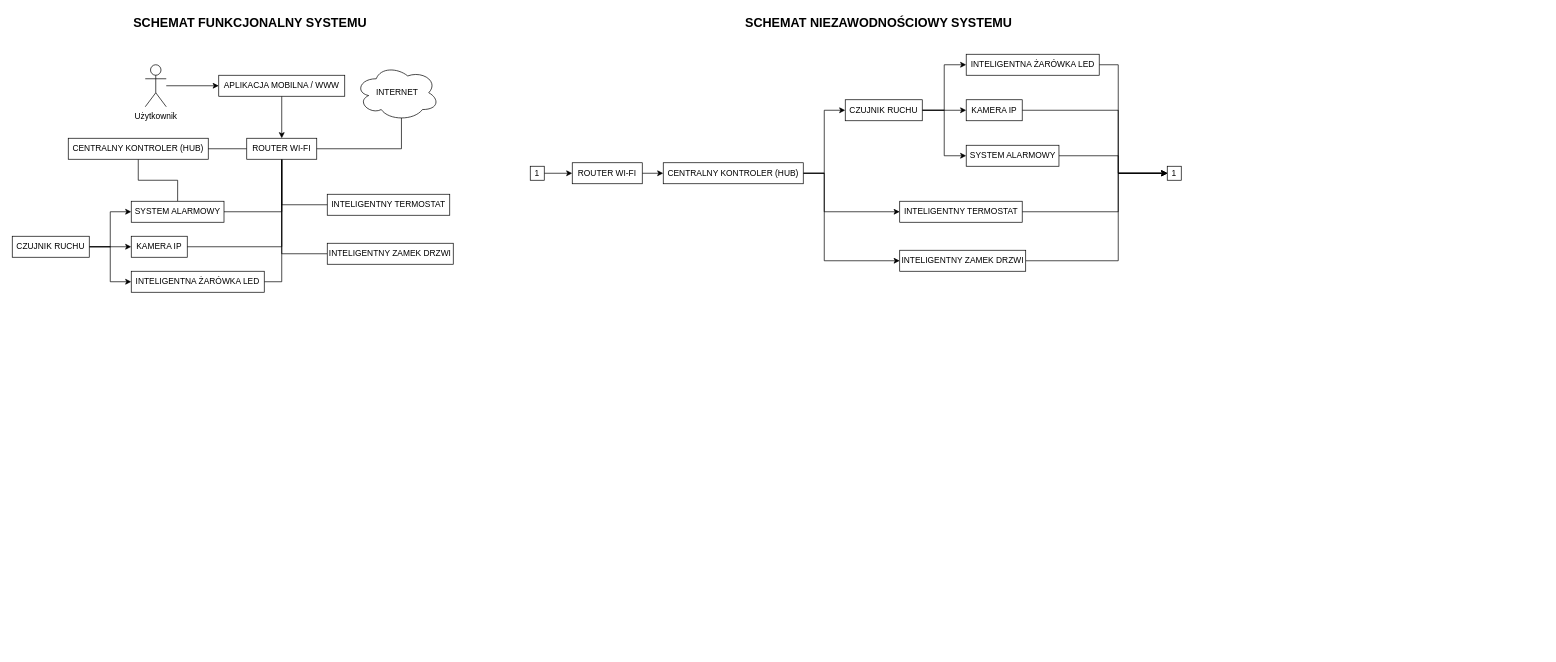
Earlier version of the draw.io diagram DiagramyNSK.drawio (CptTemplar1/NSK_Projekt). Source tidied: cells renumbered, new cells numbered last; positions are measured from the earlier drawing's top-left corner, leaving out a move shared by most shapes. Both pictures are drawn from the tidied source at 70%, with x=0, y=0 at pixel (12, 12).
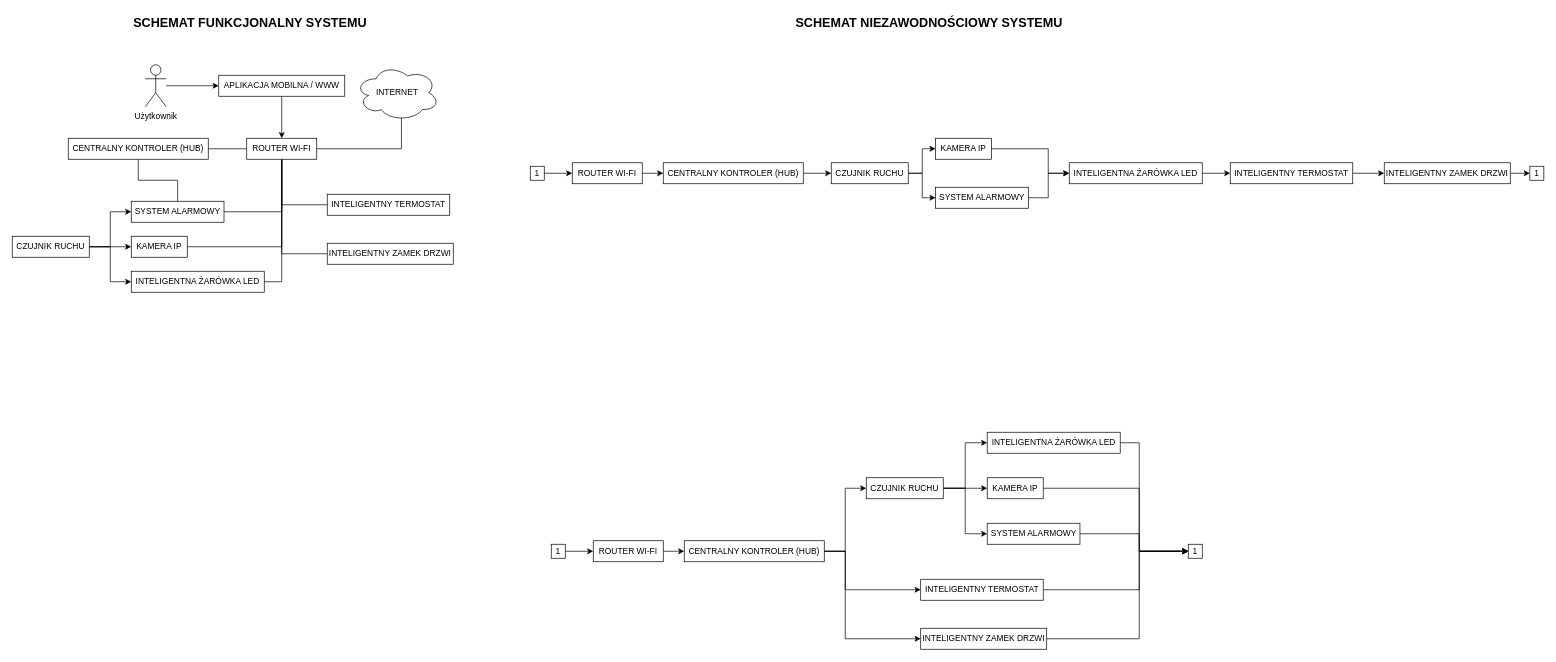
After the change.

Commit message (it also covers changes not shown here):
Dodano diagramy do sprawka

Unchanged cells that the change refers to:
```xml
<mxCell id="35" value="&lt;div&gt;CENTRALNY KONTROLER (HUB)&lt;/div&gt;" style="rounded=0;whiteSpace=wrap;html=1;" parent="1" vertex="1">
  <mxGeometry x="930" y="215" width="200" height="30" as="geometry" />
</mxCell>
```

What changed in the source:
```diff
@@
     <mxCell id="27" value="&lt;font style=&quot;font-size: 18px;&quot;&gt;&lt;b&gt;SCHEMAT NIEZAWODNOŚCIOWY SYSTEMU&lt;/b&gt;&lt;/font&gt;" style="text;html=1;whiteSpace=wrap;strokeColor=none;fillColor=none;align=center;verticalAlign=middle;rounded=0;" parent="1" vertex="1">
-      <mxGeometry x="1027.8" width="420" height="30" as="geometry" />
+      <mxGeometry x="1100" width="420" height="30" as="geometry" />
     </mxCell>
@@
-    <mxCell id="33" style="edgeStyle=orthogonalEdgeStyle;rounded=0;jettySize=auto;html=1;exitX=1;exitY=0.5;exitDx=0;exitDy=0;entryX=0;entryY=0.5;entryDx=0;entryDy=0;" parent="1" edge="1" source="35" target="37">
-      <mxGeometry relative="1" as="geometry">
-        <Array as="points">
-          <mxPoint x="1160" y="230" />
-          <mxPoint x="1160" y="285" />
-        </Array>
-      </mxGeometry>
-    </mxCell>
-    <mxCell id="34" style="edgeStyle=orthogonalEdgeStyle;rounded=0;jettySize=auto;html=1;exitX=1;exitY=0.5;exitDx=0;exitDy=0;entryX=0;entryY=0.5;entryDx=0;entryDy=0;" parent="1" edge="1" source="35" target="39">
-      <mxGeometry relative="1" as="geometry">
-        <Array as="points">
-          <mxPoint x="1160" y="230" />
-          <mxPoint x="1160" y="355" />
-        </Array>
-      </mxGeometry>
-    </mxCell>
@@
-    <mxCell id="36" style="edgeStyle=orthogonalEdgeStyle;rounded=0;jettySize=auto;html=1;exitX=1;exitY=0.5;exitDx=0;exitDy=0;entryX=0;entryY=0.5;entryDx=0;entryDy=0;" parent="1" edge="1" source="37" target="50">
-      <mxGeometry relative="1" as="geometry">
-        <Array as="points">
-          <mxPoint x="1580" y="285" />
-          <mxPoint x="1580" y="230" />
-        </Array>
-      </mxGeometry>
-    </mxCell>
+    <mxCell id="51" style="edgeStyle=orthogonalEdgeStyle;rounded=0;jettySize=auto;html=1;exitX=1;exitY=0.5;exitDx=0;exitDy=0;entryX=0;entryY=0.5;entryDx=0;entryDy=0;" parent="1" edge="1" source="37" target="39">
+      <mxGeometry relative="1" as="geometry" />
+    </mxCell>
     <mxCell id="37" value="&lt;div&gt;INTELIGENTNY TERMOSTAT&lt;/div&gt;" style="rounded=0;whiteSpace=wrap;html=1;" parent="1" vertex="1">
-      <mxGeometry x="1267.8" y="270" width="175" height="30" as="geometry" />
+      <mxGeometry x="1740" y="215" width="175" height="30" as="geometry" />
     </mxCell>
     <mxCell id="38" style="edgeStyle=orthogonalEdgeStyle;rounded=0;jettySize=auto;html=1;exitX=1;exitY=0.5;exitDx=0;exitDy=0;entryX=0;entryY=0.5;entryDx=0;entryDy=0;" parent="1" edge="1" source="39" target="50">
-      <mxGeometry relative="1" as="geometry">
-        <Array as="points">
-          <mxPoint x="1580" y="355" />
-          <mxPoint x="1580" y="230" />
-        </Array>
-      </mxGeometry>
+      <mxGeometry relative="1" as="geometry" />
     </mxCell>
     <mxCell id="39" value="&lt;div&gt;INTELIGENTNY ZAMEK DRZWI&lt;/div&gt;" style="rounded=0;whiteSpace=wrap;html=1;" parent="1" vertex="1">
-      <mxGeometry x="1267.8" y="340" width="180" height="30" as="geometry" />
+      <mxGeometry x="1960" y="215" width="180" height="30" as="geometry" />
     </mxCell>
-    <mxCell id="40" style="edgeStyle=orthogonalEdgeStyle;rounded=0;jettySize=auto;html=1;exitX=1;exitY=0.5;exitDx=0;exitDy=0;entryX=0;entryY=0.5;entryDx=0;entryDy=0;" parent="1" edge="1" source="41" target="50">
-      <mxGeometry relative="1" as="geometry">
-        <Array as="points">
-          <mxPoint x="1580" y="205" />
-          <mxPoint x="1580" y="230" />
-        </Array>
-      </mxGeometry>
-    </mxCell>
+    <mxCell id="52" style="edgeStyle=orthogonalEdgeStyle;rounded=0;jettySize=auto;html=1;exitX=1;exitY=0.5;exitDx=0;exitDy=0;entryX=0;entryY=0.5;entryDx=0;entryDy=0;" parent="1" edge="1" source="41" target="78">
+      <mxGeometry relative="1" as="geometry">
+        <Array as="points">
+          <mxPoint x="1480" y="265" />
+          <mxPoint x="1480" y="230" />
+        </Array>
+      </mxGeometry>
+    </mxCell>
     <mxCell id="41" value="&lt;div&gt;SYSTEM ALARMOWY&lt;/div&gt;" style="rounded=0;whiteSpace=wrap;html=1;" parent="1" vertex="1">
-      <mxGeometry x="1362.8" y="190" width="132.5" height="30" as="geometry" />
+      <mxGeometry x="1319" y="250" width="132.5" height="30" as="geometry" />
     </mxCell>
-    <mxCell id="42" style="edgeStyle=orthogonalEdgeStyle;rounded=0;jettySize=auto;html=1;exitX=1;exitY=0.5;exitDx=0;exitDy=0;" parent="1" edge="1" source="43">
-      <mxGeometry relative="1" as="geometry">
-        <mxPoint x="1650" y="230" as="targetPoint" />
-        <Array as="points">
-          <mxPoint x="1580" y="140" />
-          <mxPoint x="1580" y="230" />
-        </Array>
-      </mxGeometry>
-    </mxCell>
+    <mxCell id="53" style="edgeStyle=orthogonalEdgeStyle;rounded=0;jettySize=auto;html=1;exitX=1;exitY=0.5;exitDx=0;exitDy=0;entryX=0;entryY=0.5;entryDx=0;entryDy=0;" parent="1" edge="1" source="43" target="78">
+      <mxGeometry relative="1" as="geometry">
+        <Array as="points">
+          <mxPoint x="1480" y="195" />
+          <mxPoint x="1480" y="230" />
+        </Array>
+      </mxGeometry>
+    </mxCell>
     <mxCell id="43" value="&lt;div&gt;KAMERA IP&lt;/div&gt;" style="rounded=0;whiteSpace=wrap;html=1;" parent="1" vertex="1">
-      <mxGeometry x="1362.8" y="125" width="80" height="30" as="geometry" />
+      <mxGeometry x="1319" y="180" width="80" height="30" as="geometry" />
     </mxCell>
-    <mxCell id="44" style="edgeStyle=orthogonalEdgeStyle;rounded=0;jettySize=auto;html=1;exitX=1;exitY=0.5;exitDx=0;exitDy=0;entryX=0;entryY=0.5;entryDx=0;entryDy=0;" parent="1" edge="1" source="45" target="50">
-      <mxGeometry relative="1" as="geometry">
-        <Array as="points">
-          <mxPoint x="1580" y="75" />
-          <mxPoint x="1580" y="230" />
-        </Array>
-      </mxGeometry>
-    </mxCell>
-    <mxCell id="45" value="&lt;div&gt;INTELIGENTNA ŻARÓWKA LED&lt;/div&gt;" style="rounded=0;whiteSpace=wrap;html=1;" parent="1" vertex="1">
-      <mxGeometry x="1362.8" y="60" width="190" height="30" as="geometry" />
-    </mxCell>
@@
-    <mxCell id="47" style="edgeStyle=orthogonalEdgeStyle;rounded=0;jettySize=auto;html=1;exitX=1;exitY=0.5;exitDx=0;exitDy=0;entryX=0;entryY=0.5;entryDx=0;entryDy=0;" parent="1" edge="1" source="49" target="45">
-      <mxGeometry relative="1" as="geometry" />
-    </mxCell>
@@
     <mxCell id="49" value="&lt;div&gt;CZUJNIK RUCHU&lt;/div&gt;" style="rounded=0;whiteSpace=wrap;html=1;" parent="1" vertex="1">
-      <mxGeometry x="1190" y="125" width="110" height="30" as="geometry" />
+      <mxGeometry x="1170" y="215" width="110" height="30" as="geometry" />
     </mxCell>
     <mxCell id="50" value="1" style="rounded=0;whiteSpace=wrap;html=1;" parent="1" vertex="1">
-      <mxGeometry x="1650" y="220" width="20" height="20" as="geometry" />
+      <mxGeometry x="2168" y="220" width="20" height="20" as="geometry" />
     </mxCell>
+    <mxCell id="54" style="edgeStyle=orthogonalEdgeStyle;rounded=0;jettySize=auto;html=1;exitX=1;exitY=0.5;exitDx=0;exitDy=0;entryX=0;entryY=0.5;entryDx=0;entryDy=0;" parent="1" edge="1" source="55" target="57">
+      <mxGeometry relative="1" as="geometry" />
+    </mxCell>
+    <mxCell id="55" value="1" style="rounded=0;whiteSpace=wrap;html=1;" parent="1" vertex="1">
+      <mxGeometry x="770" y="760" width="20" height="20" as="geometry" />
+    </mxCell>
+    <mxCell id="56" style="edgeStyle=orthogonalEdgeStyle;rounded=0;jettySize=auto;html=1;exitX=1;exitY=0.5;exitDx=0;exitDy=0;entryX=0;entryY=0.5;entryDx=0;entryDy=0;" parent="1" edge="1" source="57" target="61">
+      <mxGeometry relative="1" as="geometry" />
+    </mxCell>
+    <mxCell id="57" value="&lt;div&gt;ROUTER WI-FI&lt;/div&gt;" style="rounded=0;whiteSpace=wrap;html=1;" parent="1" vertex="1">
+      <mxGeometry x="830" y="755" width="100" height="30" as="geometry" />
+    </mxCell>
+    <mxCell id="58" style="edgeStyle=orthogonalEdgeStyle;rounded=0;jettySize=auto;html=1;exitX=1;exitY=0.5;exitDx=0;exitDy=0;entryX=0;entryY=0.5;entryDx=0;entryDy=0;" parent="1" edge="1" source="61" target="75">
+      <mxGeometry relative="1" as="geometry" />
+    </mxCell>
+    <mxCell id="59" style="edgeStyle=orthogonalEdgeStyle;rounded=0;jettySize=auto;html=1;exitX=1;exitY=0.5;exitDx=0;exitDy=0;entryX=0;entryY=0.5;entryDx=0;entryDy=0;" parent="1" edge="1" source="61" target="63">
+      <mxGeometry relative="1" as="geometry">
+        <Array as="points">
+          <mxPoint x="1190" y="770" />
+          <mxPoint x="1190" y="825" />
+        </Array>
+      </mxGeometry>
+    </mxCell>
+    <mxCell id="60" style="edgeStyle=orthogonalEdgeStyle;rounded=0;jettySize=auto;html=1;exitX=1;exitY=0.5;exitDx=0;exitDy=0;entryX=0;entryY=0.5;entryDx=0;entryDy=0;" parent="1" edge="1" source="61" target="65">
+      <mxGeometry relative="1" as="geometry">
+        <Array as="points">
+          <mxPoint x="1190" y="770" />
+          <mxPoint x="1190" y="895" />
+        </Array>
+      </mxGeometry>
+    </mxCell>
+    <mxCell id="61" value="&lt;div&gt;CENTRALNY KONTROLER (HUB)&lt;/div&gt;" style="rounded=0;whiteSpace=wrap;html=1;" parent="1" vertex="1">
+      <mxGeometry x="960" y="755" width="200" height="30" as="geometry" />
+    </mxCell>
+    <mxCell id="62" style="edgeStyle=orthogonalEdgeStyle;rounded=0;jettySize=auto;html=1;exitX=1;exitY=0.5;exitDx=0;exitDy=0;entryX=0;entryY=0.5;entryDx=0;entryDy=0;" parent="1" edge="1" source="63" target="76">
+      <mxGeometry relative="1" as="geometry">
+        <Array as="points">
+          <mxPoint x="1610" y="825" />
+          <mxPoint x="1610" y="770" />
+        </Array>
+      </mxGeometry>
+    </mxCell>
+    <mxCell id="63" value="&lt;div&gt;INTELIGENTNY TERMOSTAT&lt;/div&gt;" style="rounded=0;whiteSpace=wrap;html=1;" parent="1" vertex="1">
+      <mxGeometry x="1297.8" y="810" width="175" height="30" as="geometry" />
+    </mxCell>
+    <mxCell id="64" style="edgeStyle=orthogonalEdgeStyle;rounded=0;jettySize=auto;html=1;exitX=1;exitY=0.5;exitDx=0;exitDy=0;entryX=0;entryY=0.5;entryDx=0;entryDy=0;" parent="1" edge="1" source="65" target="76">
+      <mxGeometry relative="1" as="geometry">
+        <Array as="points">
+          <mxPoint x="1610" y="895" />
+          <mxPoint x="1610" y="770" />
+        </Array>
+      </mxGeometry>
+    </mxCell>
+    <mxCell id="65" value="&lt;div&gt;INTELIGENTNY ZAMEK DRZWI&lt;/div&gt;" style="rounded=0;whiteSpace=wrap;html=1;" parent="1" vertex="1">
+      <mxGeometry x="1297.8" y="880" width="180" height="30" as="geometry" />
+    </mxCell>
+    <mxCell id="66" style="edgeStyle=orthogonalEdgeStyle;rounded=0;jettySize=auto;html=1;exitX=1;exitY=0.5;exitDx=0;exitDy=0;entryX=0;entryY=0.5;entryDx=0;entryDy=0;" parent="1" edge="1" source="67" target="76">
+      <mxGeometry relative="1" as="geometry">
+        <Array as="points">
+          <mxPoint x="1610" y="745" />
+          <mxPoint x="1610" y="770" />
+        </Array>
+      </mxGeometry>
+    </mxCell>
+    <mxCell id="67" value="&lt;div&gt;SYSTEM ALARMOWY&lt;/div&gt;" style="rounded=0;whiteSpace=wrap;html=1;" parent="1" vertex="1">
+      <mxGeometry x="1392.8" y="730" width="132.5" height="30" as="geometry" />
+    </mxCell>
+    <mxCell id="68" style="edgeStyle=orthogonalEdgeStyle;rounded=0;jettySize=auto;html=1;exitX=1;exitY=0.5;exitDx=0;exitDy=0;" parent="1" edge="1" source="69">
+      <mxGeometry relative="1" as="geometry">
+        <mxPoint x="1680" y="770" as="targetPoint" />
+        <Array as="points">
+          <mxPoint x="1610" y="680" />
+          <mxPoint x="1610" y="770" />
+        </Array>
+      </mxGeometry>
+    </mxCell>
+    <mxCell id="69" value="&lt;div&gt;KAMERA IP&lt;/div&gt;" style="rounded=0;whiteSpace=wrap;html=1;" parent="1" vertex="1">
+      <mxGeometry x="1392.8" y="665" width="80" height="30" as="geometry" />
+    </mxCell>
+    <mxCell id="70" style="edgeStyle=orthogonalEdgeStyle;rounded=0;jettySize=auto;html=1;exitX=1;exitY=0.5;exitDx=0;exitDy=0;entryX=0;entryY=0.5;entryDx=0;entryDy=0;" parent="1" edge="1" source="71" target="76">
+      <mxGeometry relative="1" as="geometry">
+        <Array as="points">
+          <mxPoint x="1610" y="615" />
+          <mxPoint x="1610" y="770" />
+        </Array>
+      </mxGeometry>
+    </mxCell>
+    <mxCell id="71" value="&lt;div&gt;INTELIGENTNA ŻARÓWKA LED&lt;/div&gt;" style="rounded=0;whiteSpace=wrap;html=1;" parent="1" vertex="1">
+      <mxGeometry x="1392.8" y="600" width="190" height="30" as="geometry" />
+    </mxCell>
+    <mxCell id="72" style="edgeStyle=orthogonalEdgeStyle;rounded=0;jettySize=auto;html=1;exitX=1;exitY=0.5;exitDx=0;exitDy=0;entryX=0;entryY=0.5;entryDx=0;entryDy=0;" parent="1" edge="1" source="75" target="69">
+      <mxGeometry relative="1" as="geometry" />
+    </mxCell>
+    <mxCell id="73" style="edgeStyle=orthogonalEdgeStyle;rounded=0;jettySize=auto;html=1;exitX=1;exitY=0.5;exitDx=0;exitDy=0;entryX=0;entryY=0.5;entryDx=0;entryDy=0;" parent="1" edge="1" source="75" target="71">
+      <mxGeometry relative="1" as="geometry" />
+    </mxCell>
+    <mxCell id="74" style="edgeStyle=orthogonalEdgeStyle;rounded=0;jettySize=auto;html=1;exitX=1;exitY=0.5;exitDx=0;exitDy=0;entryX=0;entryY=0.5;entryDx=0;entryDy=0;" parent="1" edge="1" source="75" target="67">
+      <mxGeometry relative="1" as="geometry" />
+    </mxCell>
+    <mxCell id="75" value="&lt;div&gt;CZUJNIK RUCHU&lt;/div&gt;" style="rounded=0;whiteSpace=wrap;html=1;" parent="1" vertex="1">
+      <mxGeometry x="1220" y="665" width="110" height="30" as="geometry" />
+    </mxCell>
+    <mxCell id="76" value="1" style="rounded=0;whiteSpace=wrap;html=1;" parent="1" vertex="1">
+      <mxGeometry x="1680" y="760" width="20" height="20" as="geometry" />
+    </mxCell>
+    <mxCell id="77" style="edgeStyle=orthogonalEdgeStyle;rounded=0;jettySize=auto;html=1;exitX=1;exitY=0.5;exitDx=0;exitDy=0;entryX=0;entryY=0.5;entryDx=0;entryDy=0;" parent="1" edge="1" source="78" target="37">
+      <mxGeometry relative="1" as="geometry" />
+    </mxCell>
+    <mxCell id="78" value="&lt;div&gt;INTELIGENTNA ŻARÓWKA LED&lt;/div&gt;" style="rounded=0;whiteSpace=wrap;html=1;" parent="1" vertex="1">
+      <mxGeometry x="1510" y="215" width="190" height="30" as="geometry" />
+    </mxCell>
+    <mxCell id="79" style="edgeStyle=orthogonalEdgeStyle;rounded=0;orthogonalLoop=1;jettySize=auto;html=1;exitX=0.5;exitY=1;exitDx=0;exitDy=0;" parent="1" edge="1" source="78" target="78">
+      <mxGeometry relative="1" as="geometry" />
+    </mxCell>
```
